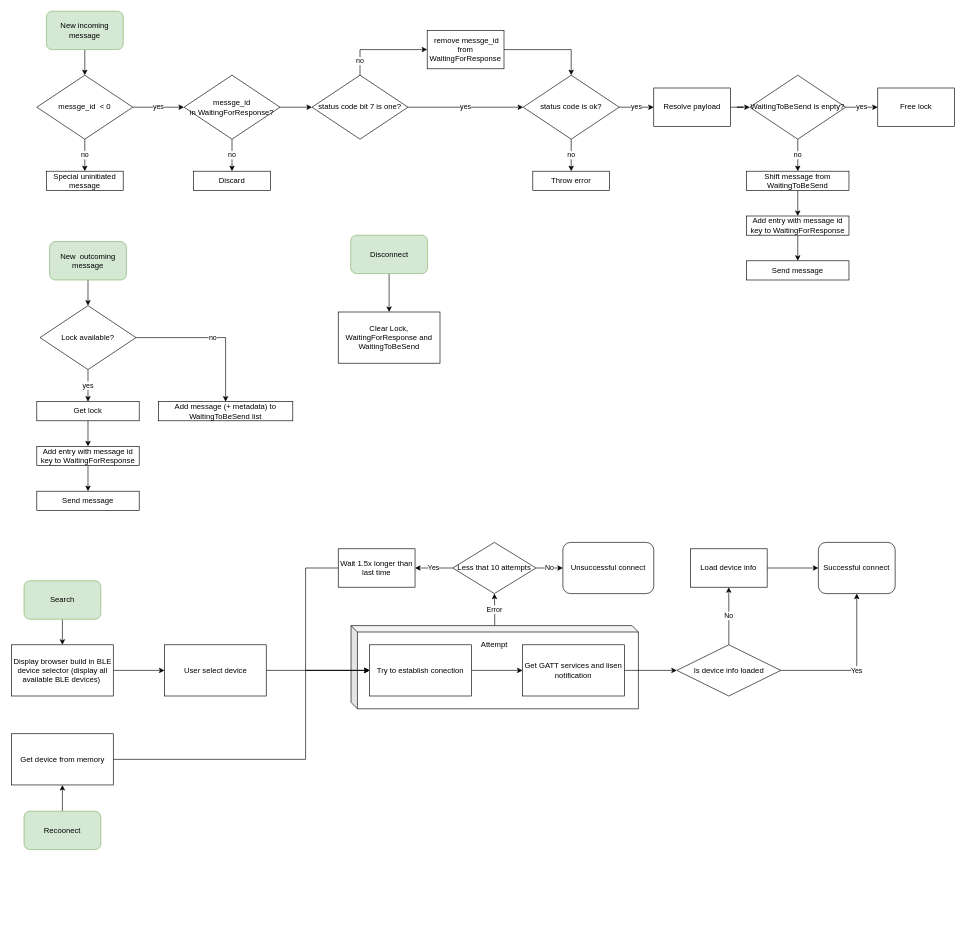
Above: app-device_api.drawio in body0/Diagrams (draw.io), before the change. Source tidied: cells renumbered, new cells numbered last; positions are measured from the earlier drawing's top-left corner, leaving out a move shared by most shapes. Both pictures are drawn from the tidied source at 64%, with x=0, y=0 at pixel (11, 11).
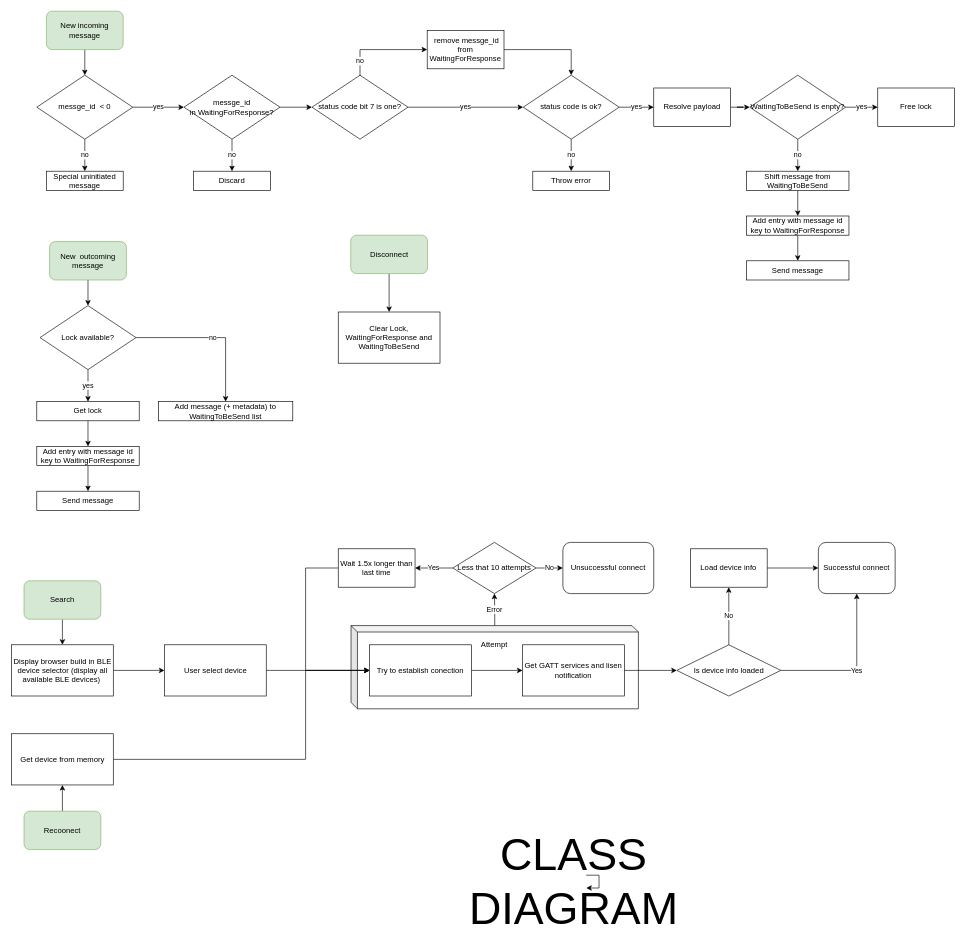
The same diagram, later.

What changed in the source:
```diff
@@
+    <mxCell id="75" value="&lt;span style=&quot;font-size: 70px&quot;&gt;CLASS DIAGRAM&lt;/span&gt;" style="text;html=1;strokeColor=none;fillColor=none;align=center;verticalAlign=middle;whiteSpace=wrap;rounded=0;" parent="1" vertex="1">
+      <mxGeometry x="858.5" y="1350" width="40" height="20" as="geometry" />
+    </mxCell>
+    <mxCell id="76" style="edgeStyle=orthogonalEdgeStyle;rounded=0;orthogonalLoop=1;jettySize=auto;html=1;" parent="1" edge="1" source="75" target="75">
+      <mxGeometry relative="1" as="geometry" />
+    </mxCell>
```
